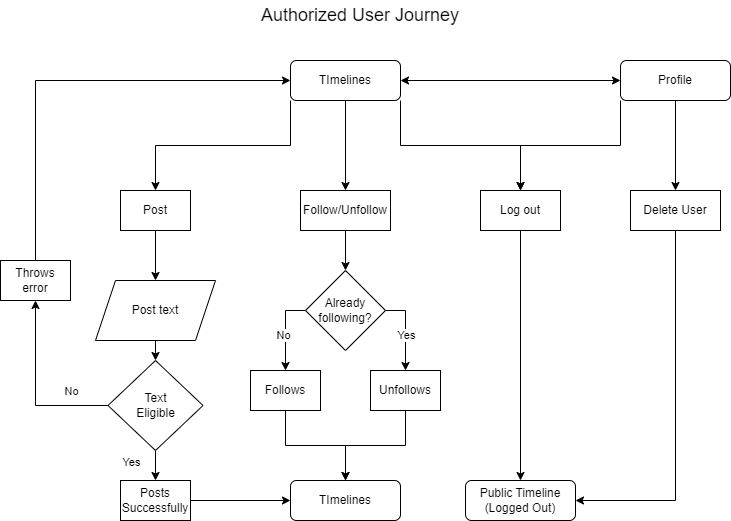
Earlier version of the draw.io export docs/Images/Authorized.png (ITU-BDSA23-GROUP19/Chirp). Source tidied: cells renumbered, new cells last; positions are measured from the earlier drawing's top-left corner, leaving out a move shared by most shapes.
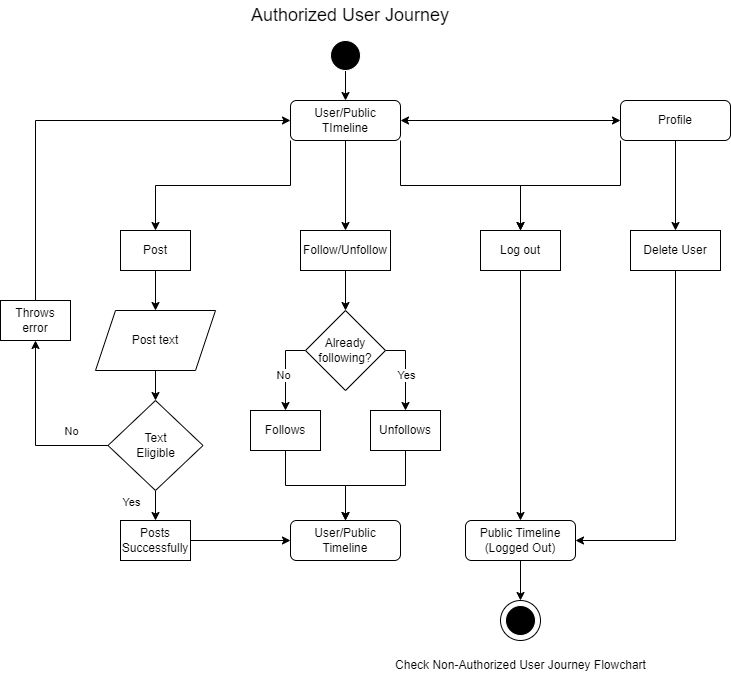
The same file after the commit.

Commit message:
written user activities

Change to the diagram source:
```diff
@@ -2,6 +2,9 @@
   <root>
     <mxCell id="0" />
     <mxCell id="1" parent="0" />
+    <mxCell id="41" style="ellipse;whiteSpace=wrap;html=1;fillStyle=solid;fillColor=#FFFFFF;strokeColor=#000000;" parent="1" vertex="1">
+      <mxGeometry x="500" y="560" width="40" height="40" as="geometry" />
+    </mxCell>
     <mxCell id="2" style="edgeStyle=orthogonalEdgeStyle;rounded=0;jettySize=auto;html=1;exitX=0.5;exitY=1;exitDx=0;exitDy=0;entryX=0.5;entryY=0;entryDx=0;entryDy=0;" parent="1" edge="1" source="5" target="10">
       <mxGeometry relative="1" as="geometry" />
     </mxCell>
@@ -11,7 +14,7 @@
     <mxCell id="4" style="edgeStyle=orthogonalEdgeStyle;rounded=0;jettySize=auto;html=1;exitX=1;exitY=1;exitDx=0;exitDy=0;entryX=0.5;entryY=0;entryDx=0;entryDy=0;" parent="1" edge="1" source="5" target="18">
       <mxGeometry relative="1" as="geometry" />
     </mxCell>
-    <mxCell id="5" value="TImelines" style="rounded=1;whiteSpace=wrap;html=1;" parent="1" vertex="1">
+    <mxCell id="5" value="User/Public TImeline" style="rounded=1;whiteSpace=wrap;html=1;" parent="1" vertex="1">
       <mxGeometry x="290" y="60" width="110" height="40" as="geometry" />
     </mxCell>
     <mxCell id="6" style="edgeStyle=orthogonalEdgeStyle;rounded=0;jettySize=auto;html=1;exitX=0.5;exitY=1;exitDx=0;exitDy=0;entryX=0.5;entryY=0;entryDx=0;entryDy=0;" parent="1" edge="1" source="8" target="14">
@@ -42,7 +45,7 @@
       <mxGeometry x="630" y="190" width="90" height="40" as="geometry" />
     </mxCell>
     <mxCell id="15" value="&lt;font style=&quot;font-size: 18px;&quot;&gt;Authorized User Journey&lt;/font&gt;" style="text;html=1;strokeColor=none;fillColor=none;align=center;verticalAlign=middle;whiteSpace=wrap;rounded=0;" parent="1" vertex="1">
-      <mxGeometry x="230" width="260" height="30" as="geometry" />
+      <mxGeometry x="220" y="-40" width="260" height="30" as="geometry" />
     </mxCell>
     <mxCell id="16" style="endArrow=classic;startArrow=classic;html=1;rounded=0;entryX=1;entryY=0.5;entryDx=0;entryDy=0;exitX=0;exitY=0.5;exitDx=0;exitDy=0;" parent="1" edge="1" source="8" target="5">
       <mxGeometry relative="1" as="geometry" />
@@ -82,14 +85,14 @@
     <mxCell id="27" value="Unfollows" style="rounded=0;whiteSpace=wrap;html=1;" parent="1" vertex="1">
       <mxGeometry x="370" y="370" width="70" height="40" as="geometry" />
     </mxCell>
-    <mxCell id="28" value="TImelines" style="rounded=1;whiteSpace=wrap;html=1;" parent="1" vertex="1">
+    <mxCell id="28" value="User/Public Timeline" style="rounded=1;whiteSpace=wrap;html=1;" parent="1" vertex="1">
       <mxGeometry x="290" y="480" width="110" height="40" as="geometry" />
     </mxCell>
     <mxCell id="29" style="edgeStyle=orthogonalEdgeStyle;rounded=0;jettySize=auto;html=1;exitX=0.5;exitY=1;exitDx=0;exitDy=0;entryX=0.5;entryY=0;entryDx=0;entryDy=0;" parent="1" edge="1" source="30" target="35">
       <mxGeometry relative="1" as="geometry" />
     </mxCell>
     <mxCell id="30" value="Post text" style="shape=parallelogram;perimeter=parallelogramPerimeter;whiteSpace=wrap;html=1;fixedSize=1;" parent="1" vertex="1">
-      <mxGeometry x="95" y="280" width="120" height="60" as="geometry" />
+      <mxGeometry x="95" y="270" width="120" height="60" as="geometry" />
     </mxCell>
     <mxCell id="31" style="edgeStyle=orthogonalEdgeStyle;rounded=0;jettySize=auto;html=1;exitX=0;exitY=0.5;exitDx=0;exitDy=0;entryX=0.5;entryY=1;entryDx=0;entryDy=0;" parent="1" edge="1" source="35" target="37">
       <mxGeometry relative="1" as="geometry" />
@@ -122,8 +125,23 @@
     <mxCell id="39" value="Posts&lt;br&gt;Successfully" style="rounded=0;whiteSpace=wrap;html=1;" parent="1" vertex="1">
       <mxGeometry x="120" y="480" width="70" height="40" as="geometry" />
     </mxCell>
+    <mxCell id="42" style="edgeStyle=orthogonalEdgeStyle;rounded=0;jettySize=auto;html=1;exitX=0.5;exitY=1;exitDx=0;exitDy=0;entryX=0.5;entryY=0;entryDx=0;entryDy=0;" parent="1" edge="1" source="40" target="41">
+      <mxGeometry relative="1" as="geometry" />
+    </mxCell>
     <mxCell id="40" value="Public Timeline&lt;br&gt;(Logged Out)" style="rounded=1;whiteSpace=wrap;html=1;" parent="1" vertex="1">
       <mxGeometry x="465" y="480" width="110" height="40" as="geometry" />
     </mxCell>
+    <mxCell id="43" style="edgeStyle=orthogonalEdgeStyle;rounded=0;jettySize=auto;html=1;exitX=0.5;exitY=1;exitDx=0;exitDy=0;entryX=0.5;entryY=0;entryDx=0;entryDy=0;" parent="1" edge="1" source="44" target="5">
+      <mxGeometry relative="1" as="geometry" />
+    </mxCell>
+    <mxCell id="44" style="ellipse;whiteSpace=wrap;html=1;fillStyle=solid;fillColor=#000000;strokeColor=#FFFFFF;" parent="1" vertex="1">
+      <mxGeometry x="330" width="30" height="30" as="geometry" />
+    </mxCell>
+    <mxCell id="45" style="ellipse;whiteSpace=wrap;html=1;fillStyle=solid;fillColor=#000000;strokeColor=#FFFFFF;" parent="1" vertex="1">
+      <mxGeometry x="505" y="565" width="30" height="30" as="geometry" />
+    </mxCell>
+    <mxCell id="46" value="Check Non-Authorized User Journey Flowchart" style="text;html=1;align=center;verticalAlign=middle;strokeColor=none;fillColor=none;" parent="1" vertex="1">
+      <mxGeometry x="385" y="610" width="270" height="30" as="geometry" />
+    </mxCell>
   </root>
 </mxGraphModel>
```
